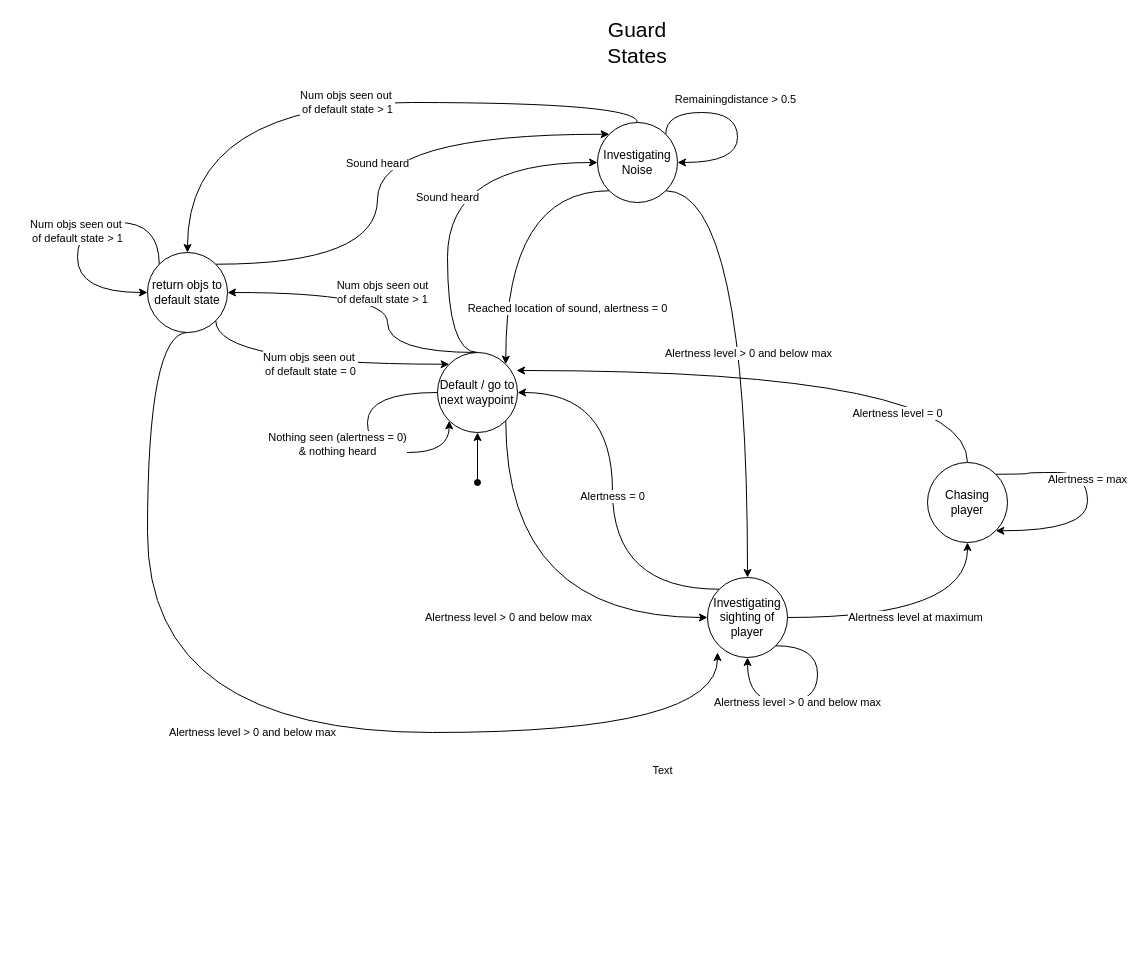
The draw.io diagram gamedev/GuardStateMachine2.drawio in 0utlands/gamedev, before the edit. Source tidied: cells renumbered, new cells numbered last; positions are measured from the earlier drawing's top-left corner, leaving out a move shared by most shapes. Both pictures are drawn from the tidied source at 100%, with x=0, y=0 at pixel (77, 32).
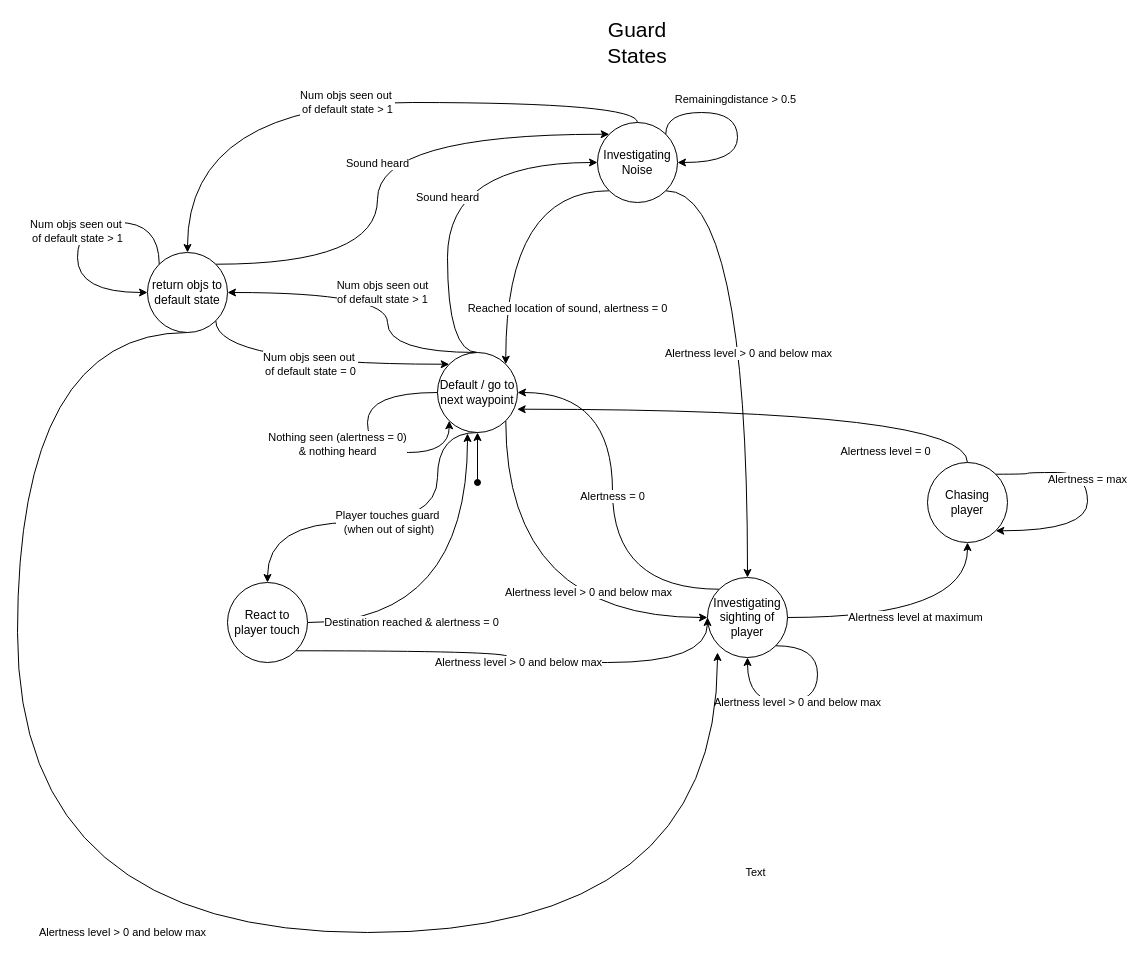
Above is the later version.

Unchanged cells that the change refers to:
```xml
<mxCell id="5" value="Default / go to next waypoint" style="ellipse;whiteSpace=wrap;html=1;" parent="1" vertex="1">
  <mxGeometry x="360" y="320" width="80" height="80" as="geometry" />
</mxCell>
<mxCell id="13" value="Investigating sighting of player" style="ellipse;whiteSpace=wrap;html=1;" parent="1" vertex="1">
  <mxGeometry x="630" y="545" width="80" height="80" as="geometry" />
</mxCell>
<mxCell id="16" value="Chasing player" style="ellipse;whiteSpace=wrap;html=1;" parent="1" vertex="1">
  <mxGeometry x="850" y="430" width="80" height="80" as="geometry" />
</mxCell>
<mxCell id="28" value="return objs to default state" style="ellipse;whiteSpace=wrap;html=1;" parent="1" vertex="1">
  <mxGeometry x="70" y="220" width="80" height="80" as="geometry" />
</mxCell>
```

What changed in the source:
```diff
@@
     <mxCell id="2" value="Alertness level &amp;gt; 0 and below max" style="edgeStyle=orthogonalEdgeStyle;curved=1;rounded=0;jettySize=auto;html=1;exitX=1;exitY=1;exitDx=0;exitDy=0;entryX=0;entryY=0.5;entryDx=0;entryDy=0;" parent="1" edge="1" source="5" target="13">
-      <mxGeometry relative="1" as="geometry">
+      <mxGeometry x="0.4" y="25" relative="1" as="geometry">
         <Array as="points">
           <mxPoint x="428" y="585" />
         </Array>
       </mxGeometry>
     </mxCell>
@@
+    <mxCell id="30" value="Player touches guard&lt;br&gt;&amp;nbsp;(when out of sight)" style="edgeStyle=orthogonalEdgeStyle;curved=1;rounded=0;jettySize=auto;html=1;entryX=0.5;entryY=0;entryDx=0;entryDy=0;" parent="1" edge="1" target="33">
+      <mxGeometry relative="1" as="geometry">
+        <mxPoint x="400" y="400" as="sourcePoint" />
+        <Array as="points">
+          <mxPoint x="360" y="400" />
+          <mxPoint x="360" y="490" />
+          <mxPoint x="190" y="490" />
+        </Array>
+      </mxGeometry>
+    </mxCell>
@@
-    <mxCell id="14" style="edgeStyle=orthogonalEdgeStyle;curved=1;rounded=0;jettySize=auto;html=1;exitX=0.5;exitY=0;exitDx=0;exitDy=0;entryX=0.988;entryY=0.225;entryDx=0;entryDy=0;entryPerimeter=0;" parent="1" edge="1" source="16" target="5">
+    <mxCell id="14" style="edgeStyle=orthogonalEdgeStyle;curved=1;rounded=0;jettySize=auto;html=1;exitX=0.5;exitY=0;exitDx=0;exitDy=0;entryX=0.996;entryY=0.709;entryDx=0;entryDy=0;entryPerimeter=0;" parent="1" edge="1" source="16" target="5">
       <mxGeometry relative="1" as="geometry" />
     </mxCell>
@@
     <mxCell id="25" value="Alertness level &amp;gt; 0 and below max" style="edgeStyle=orthogonalEdgeStyle;curved=1;rounded=0;jettySize=auto;html=1;exitX=0.5;exitY=1;exitDx=0;exitDy=0;" parent="1" edge="1" source="28">
       <mxGeometry relative="1" as="geometry">
         <mxPoint x="640" y="620" as="targetPoint" />
         <Array as="points">
-          <mxPoint x="70" y="300" />
-          <mxPoint x="70" y="700" />
-          <mxPoint x="640" y="700" />
+          <mxPoint x="-60" y="300" />
+          <mxPoint x="-60" y="900" />
+          <mxPoint x="640" y="900" />
         </Array>
       </mxGeometry>
     </mxCell>
@@
+    <mxCell id="31" value="Destination reached &amp;amp; alertness = 0" style="edgeStyle=orthogonalEdgeStyle;curved=1;rounded=0;jettySize=auto;html=1;exitX=1;exitY=0.5;exitDx=0;exitDy=0;" parent="1" edge="1" source="33">
+      <mxGeometry x="-0.41" relative="1" as="geometry">
+        <mxPoint x="390" y="401" as="targetPoint" />
+        <Array as="points">
+          <mxPoint x="390" y="590" />
+          <mxPoint x="390" y="401" />
+        </Array>
+        <mxPoint x="1" as="offset" />
+      </mxGeometry>
+    </mxCell>
+    <mxCell id="32" value="Alertness level &amp;gt; 0 and below max" style="edgeStyle=orthogonalEdgeStyle;curved=1;rounded=0;jettySize=auto;html=1;exitX=1;exitY=1;exitDx=0;exitDy=0;entryX=0;entryY=0.5;entryDx=0;entryDy=0;" parent="1" edge="1" source="33" target="13">
+      <mxGeometry relative="1" as="geometry">
+        <Array as="points">
+          <mxPoint x="430" y="618" />
+          <mxPoint x="430" y="630" />
+          <mxPoint x="630" y="630" />
+        </Array>
+      </mxGeometry>
+    </mxCell>
+    <mxCell id="33" value="React to player touch" style="ellipse;whiteSpace=wrap;html=1;" parent="1" vertex="1">
+      <mxGeometry x="150" y="550" width="80" height="80" as="geometry" />
+    </mxCell>
```
